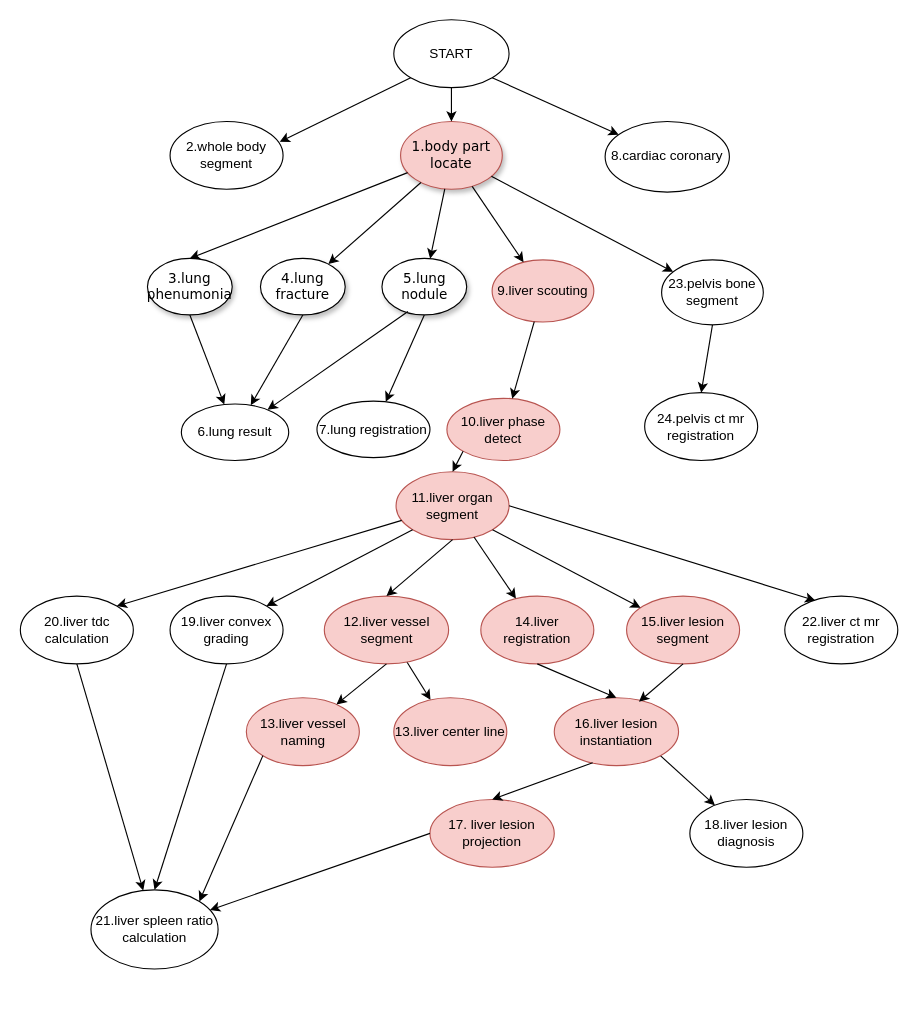
This is ai_calculation_workflow.drawio from aokoqingiz/mystorage, a draw.io file, before an edit. Source tidied: cells renumbered, new cells numbered last; positions are measured from the earlier drawing's top-left corner, leaving out a move shared by most shapes. Both pictures are drawn from the tidied source at 113%, with x=0, y=0 at pixel (20, 19).
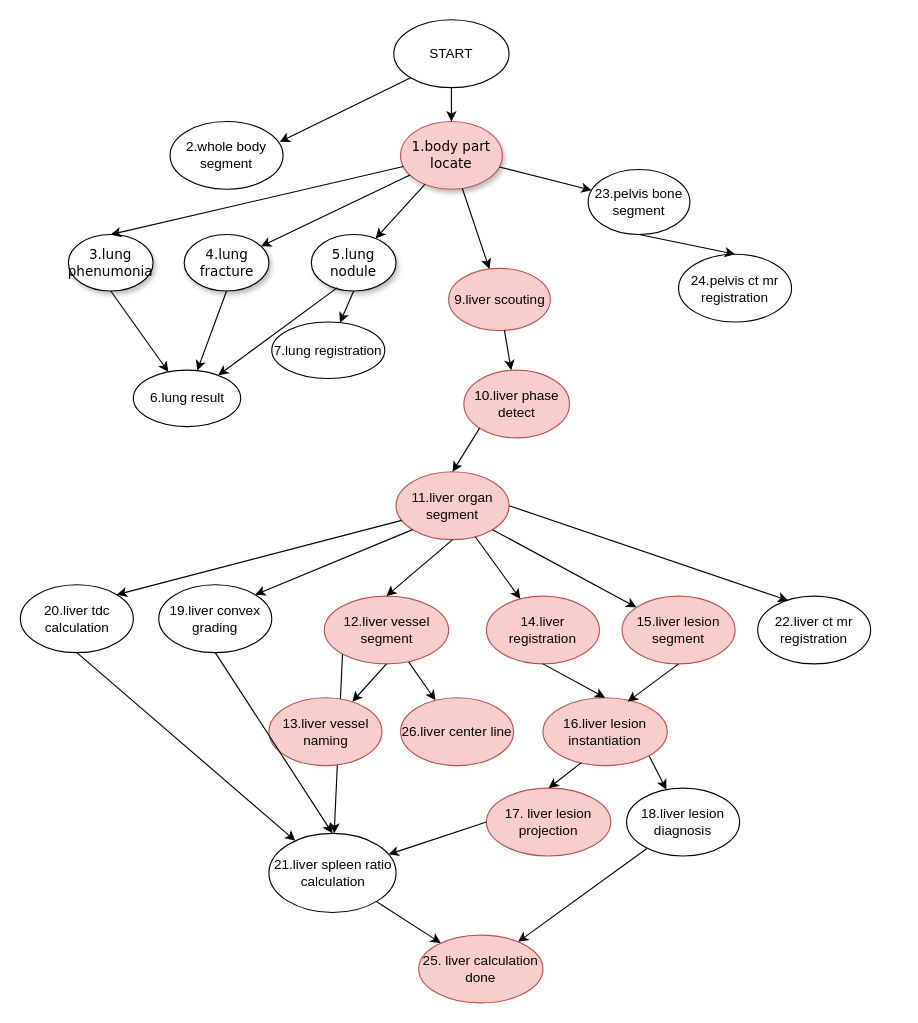
Above is the later version.

Unchanged cells that the change refers to:
```xml
<mxCell id="7" value="START" style="ellipse;whiteSpace=wrap;html=1;" parent="1" vertex="1">
  <mxGeometry x="330" width="102" height="60" as="geometry" />
</mxCell>
<mxCell id="28" value="12.liver vessel segment" style="ellipse;whiteSpace=wrap;html=1;fillColor=#f8cecc;strokeColor=#b85450;" parent="1" vertex="1">
  <mxGeometry x="268.5" y="510" width="110" height="60" as="geometry" />
</mxCell>
```

Diff of the diagram source:
```diff
@@
     <mxCell id="3" value="&lt;span&gt;4.lung fracture&lt;/span&gt;" style="ellipse;whiteSpace=wrap;html=1;rounded=0;shadow=1;comic=0;labelBackgroundColor=none;strokeWidth=1;fontFamily=Verdana;fontSize=12;align=center;" parent="1" vertex="1">
-      <mxGeometry x="212" y="211.2" width="75" height="50" as="geometry" />
+      <mxGeometry x="144.5" y="190" width="75" height="50" as="geometry" />
     </mxCell>
     <mxCell id="4" value="&lt;span&gt;5.lung nodule&lt;/span&gt;" style="ellipse;whiteSpace=wrap;html=1;rounded=0;shadow=1;comic=0;labelBackgroundColor=none;strokeWidth=1;fontFamily=Verdana;fontSize=12;align=center;" parent="1" vertex="1">
-      <mxGeometry x="319.5" y="211.2" width="75" height="50" as="geometry" />
+      <mxGeometry x="257" y="190" width="75" height="50" as="geometry" />
     </mxCell>
     <mxCell id="5" value="3.lung phenumonia" style="ellipse;whiteSpace=wrap;html=1;rounded=0;shadow=1;comic=0;labelBackgroundColor=none;strokeWidth=1;fontFamily=Verdana;fontSize=12;align=center;" parent="1" vertex="1">
-      <mxGeometry x="112" y="211.2" width="75" height="50" as="geometry" />
+      <mxGeometry x="42" y="190" width="75" height="50" as="geometry" />
     </mxCell>
@@
     <mxCell id="8" value="6.lung result" style="ellipse;whiteSpace=wrap;html=1;" parent="1" vertex="1">
-      <mxGeometry x="142" y="340" width="95" height="50" as="geometry" />
+      <mxGeometry x="99.5" y="310" width="95" height="50" as="geometry" />
     </mxCell>
@@
     <mxCell id="14" value="7.lung registration" style="ellipse;whiteSpace=wrap;html=1;" parent="1" vertex="1">
-      <mxGeometry x="262" y="337.5" width="100" height="50" as="geometry" />
+      <mxGeometry x="222" y="267.5" width="100" height="50" as="geometry" />
     </mxCell>
-    <mxCell id="15" value="8.cardiac coronary" style="ellipse;whiteSpace=wrap;html=1;" parent="1" vertex="1">
-      <mxGeometry x="517" y="90" width="110" height="62.5" as="geometry" />
-    </mxCell>
-    <mxCell id="16" style="endArrow=classic;html=1;exitX=1;exitY=1;exitDx=0;exitDy=0;" parent="1" edge="1" source="7" target="15">
-      <mxGeometry relative="1" as="geometry" />
-    </mxCell>
@@
     <mxCell id="19" value="9.liver scouting" style="ellipse;whiteSpace=wrap;html=1;fillColor=#f8cecc;strokeColor=#b85450;" parent="1" vertex="1">
-      <mxGeometry x="417" y="212.5" width="90" height="55" as="geometry" />
+      <mxGeometry x="378.5" y="220" width="90" height="55" as="geometry" />
     </mxCell>
@@
     <mxCell id="23" value="10.liver phase detect" style="ellipse;whiteSpace=wrap;html=1;fillColor=#f8cecc;strokeColor=#b85450;" parent="1" vertex="1">
-      <mxGeometry x="377" y="335" width="100" height="55" as="geometry" />
+      <mxGeometry x="392" y="310" width="93.5" height="60" as="geometry" />
     </mxCell>
@@
+    <mxCell id="59" style="edgeStyle=none;rounded=0;jettySize=auto;html=1;exitX=0;exitY=1;exitDx=0;exitDy=0;" parent="1" edge="1" source="28" target="53">
+      <mxGeometry relative="1" as="geometry" />
+    </mxCell>
@@
     <mxCell id="30" value="13.liver vessel naming" style="ellipse;whiteSpace=wrap;html=1;fillColor=#f8cecc;strokeColor=#b85450;" parent="1" vertex="1">
-      <mxGeometry x="199.5" y="600" width="100" height="60" as="geometry" />
+      <mxGeometry x="219.5" y="600" width="100" height="60" as="geometry" />
     </mxCell>
@@
     <mxCell id="32" value="14.liver registration" style="ellipse;whiteSpace=wrap;html=1;fillColor=#f8cecc;strokeColor=#b85450;" parent="1" vertex="1">
-      <mxGeometry x="407" y="510" width="100" height="60" as="geometry" />
+      <mxGeometry x="412" y="510" width="100" height="60" as="geometry" />
     </mxCell>
@@
     <mxCell id="34" value="15.liver lesion segment" style="ellipse;whiteSpace=wrap;html=1;fillColor=#f8cecc;strokeColor=#b85450;" parent="1" vertex="1">
-      <mxGeometry x="536" y="510" width="100" height="60" as="geometry" />
+      <mxGeometry x="532" y="510" width="100" height="60" as="geometry" />
     </mxCell>
@@
     <mxCell id="37" value="16.liver lesion instantiation" style="ellipse;whiteSpace=wrap;html=1;fillColor=#f8cecc;strokeColor=#b85450;" parent="1" vertex="1">
-      <mxGeometry x="472" y="600" width="110" height="60" as="geometry" />
+      <mxGeometry x="462" y="600" width="110" height="60" as="geometry" />
     </mxCell>
@@
     <mxCell id="40" value="17. liver lesion projection" style="ellipse;whiteSpace=wrap;html=1;fillColor=#f8cecc;strokeColor=#b85450;" parent="1" vertex="1">
-      <mxGeometry x="362" y="690" width="110" height="60" as="geometry" />
+      <mxGeometry x="412" y="680" width="110" height="60" as="geometry" />
     </mxCell>
@@
+    <mxCell id="60" style="edgeStyle=none;rounded=0;jettySize=auto;html=1;" parent="1" edge="1" source="42" target="62">
+      <mxGeometry relative="1" as="geometry" />
+    </mxCell>
     <mxCell id="42" value="18.liver lesion diagnosis" style="ellipse;whiteSpace=wrap;html=1;" parent="1" vertex="1">
-      <mxGeometry x="592" y="690" width="100" height="60" as="geometry" />
+      <mxGeometry x="536" y="680" width="100" height="60" as="geometry" />
     </mxCell>
     <mxCell id="43" value="19.liver convex grading" style="ellipse;whiteSpace=wrap;html=1;" parent="1" vertex="1">
-      <mxGeometry x="132" y="510" width="100" height="60" as="geometry" />
+      <mxGeometry x="122" y="500" width="100" height="60" as="geometry" />
     </mxCell>
     <mxCell id="44" value="20.liver tdc calculation" style="ellipse;whiteSpace=wrap;html=1;" parent="1" vertex="1">
-      <mxGeometry x="-0.5" y="510" width="100" height="60" as="geometry" />
+      <mxGeometry x="-0.5" y="500" width="100" height="60" as="geometry" />
     </mxCell>
     <mxCell id="45" value="22.liver ct mr registration" style="ellipse;whiteSpace=wrap;html=1;" parent="1" vertex="1">
-      <mxGeometry x="676" y="510" width="100" height="60" as="geometry" />
+      <mxGeometry x="652" y="510" width="100" height="60" as="geometry" />
     </mxCell>
     <mxCell id="46" value="23.pelvis bone segment" style="ellipse;whiteSpace=wrap;html=1;" parent="1" vertex="1">
-      <mxGeometry x="567" y="212.5" width="90" height="57.5" as="geometry" />
+      <mxGeometry x="502" y="132.5" width="90" height="57.5" as="geometry" />
     </mxCell>
@@
     <mxCell id="48" value="24.pelvis ct mr registration" style="ellipse;whiteSpace=wrap;html=1;" parent="1" vertex="1">
-      <mxGeometry x="552" y="330" width="100" height="60" as="geometry" />
+      <mxGeometry x="582" y="207.5" width="100" height="60" as="geometry" />
     </mxCell>
@@
+    <mxCell id="61" style="edgeStyle=none;rounded=0;jettySize=auto;html=1;" parent="1" edge="1" source="53" target="62">
+      <mxGeometry relative="1" as="geometry" />
+    </mxCell>
     <mxCell id="53" value="21.liver spleen ratio calculation" style="ellipse;whiteSpace=wrap;html=1;" parent="1" vertex="1">
-      <mxGeometry x="62" y="770" width="112.5" height="70" as="geometry" />
+      <mxGeometry x="219.5" y="720" width="112.5" height="70" as="geometry" />
     </mxCell>
@@
-    <mxCell id="56" style="endArrow=classic;html=1;exitX=0;exitY=1;exitDx=0;exitDy=0;entryX=1;entryY=0;entryDx=0;entryDy=0;" parent="1" edge="1" source="30" target="53">
-      <mxGeometry relative="1" as="geometry" />
-    </mxCell>
@@
-    <mxCell id="58" value="13.liver center line" style="ellipse;whiteSpace=wrap;html=1;fillColor=#f8cecc;strokeColor=#b85450;" parent="1" vertex="1">
-      <mxGeometry x="330" y="600" width="100" height="60" as="geometry" />
+    <mxCell id="58" value="26.liver center line" style="ellipse;whiteSpace=wrap;html=1;fillColor=#f8cecc;strokeColor=#b85450;" parent="1" vertex="1">
+      <mxGeometry x="336" y="600" width="100" height="60" as="geometry" />
     </mxCell>
+    <mxCell id="62" value="25. liver calculation done" style="ellipse;whiteSpace=wrap;html=1;fillColor=#f8cecc;strokeColor=#b85450;" parent="1" vertex="1">
+      <mxGeometry x="352" y="810" width="110" height="60" as="geometry" />
+    </mxCell>
```
